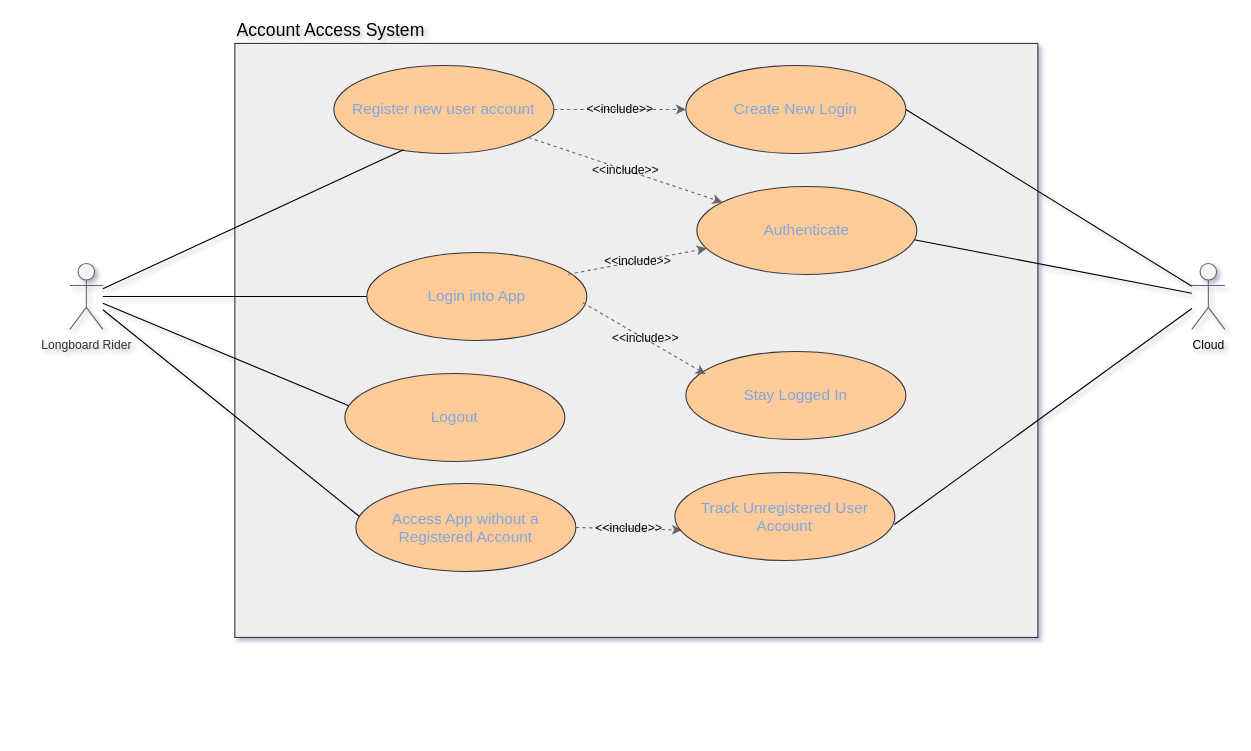
Earlier version of the draw.io diagram diagrams/Account Access Use Case Diagram.drawio (bobacktech/bionic-boarder). Source tidied: cells renumbered, new cells numbered last; positions are measured from the earlier drawing's top-left corner, leaving out a move shared by most shapes. Both pictures are drawn from the tidied source at 110%, with x=0, y=0 at pixel (69, 43).
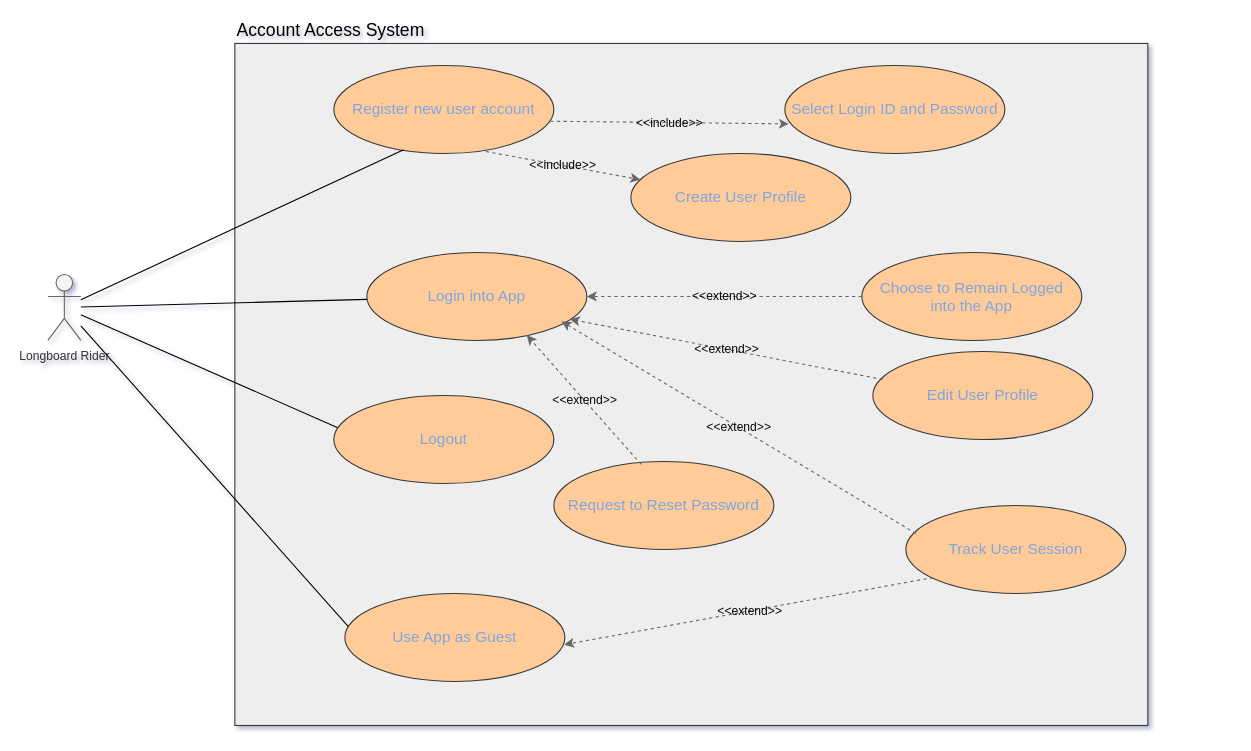
The same page after the edit.

Commit message:
BB-53: Reworked the account access use case diagram.

The change refers to these unchanged cells:
```xml
<mxCell id="8" value="&lt;font style=&quot;font-size: 14px;&quot;&gt;Register new user account&lt;/font&gt;" style="ellipse;whiteSpace=wrap;html=1;fillColor=#ffcc99;strokeColor=#36393d;fontColor=#7EA6E0;" parent="1" vertex="1">
  <mxGeometry x="240" y="20" width="200" height="80" as="geometry" />
</mxCell>
<mxCell id="13" value="&lt;font style=&quot;font-size: 14px;&quot;&gt;Login into App&lt;/font&gt;" style="ellipse;whiteSpace=wrap;html=1;fillColor=#ffcc99;strokeColor=#36393d;fontColor=#7EA6E0;" parent="1" vertex="1">
  <mxGeometry x="270" y="190" width="200" height="80" as="geometry" />
</mxCell>
```

What changed in the source:
```diff
@@
     <mxCell id="4" value="&lt;div&gt;&lt;font style=&quot;font-size: 11px;&quot;&gt;Longboard Rider&lt;/font&gt;&lt;/div&gt;" style="shape=umlActor;verticalLabelPosition=bottom;verticalAlign=top;html=1;outlineConnect=0;strokeColor=#666666;align=center;fontFamily=Helvetica;fontSize=12;fontColor=#333333;labelBackgroundColor=none;fillColor=#f5f5f5;horizontal=1;textShadow=0;" parent="1" vertex="1">
-      <mxGeometry y="200" width="30" height="60" as="geometry" />
+      <mxGeometry x="-20" y="210" width="30" height="60" as="geometry" />
     </mxCell>
     <mxCell id="5" value="&lt;font&gt;Account Access System&lt;/font&gt;" style="rounded=0;whiteSpace=wrap;html=1;labelPosition=center;verticalLabelPosition=top;align=left;verticalAlign=bottom;fillColor=#eeeeee;strokeColor=#36393d;fontSize=16;fontColor=#000000;" parent="1" vertex="1">
-      <mxGeometry x="150" width="730" height="540" as="geometry" />
+      <mxGeometry x="150" width="830" height="620" as="geometry" />
     </mxCell>
-    <mxCell id="6" style="rounded=0;jettySize=auto;html=1;strokeColor=#000000;endArrow=none;startFill=0;shadow=0;jumpStyle=none;exitX=0.982;exitY=0.602;exitDx=0;exitDy=0;exitPerimeter=0;" parent="1" edge="1" source="18" target="12">
-      <mxGeometry relative="1" as="geometry" />
-    </mxCell>
-    <mxCell id="7" style="rounded=0;jettySize=auto;html=1;strokeColor=#000000;endArrow=none;startFill=0;shadow=0;jumpStyle=none;exitX=1;exitY=0.5;exitDx=0;exitDy=0;" parent="1" edge="1" source="17" target="12">
-      <mxGeometry relative="1" as="geometry" />
-    </mxCell>
@@
-    <mxCell id="12" value="&lt;div&gt;&lt;font style=&quot;font-size: 11px;&quot;&gt;Cloud&lt;/font&gt;&lt;/div&gt;" style="shape=umlActor;verticalLabelPosition=bottom;verticalAlign=top;html=1;outlineConnect=0;strokeColor=#666666;align=center;fontFamily=Helvetica;fontSize=12;fontColor=#000000;labelBackgroundColor=none;fillColor=#f5f5f5;horizontal=1;textShadow=0;" parent="1" vertex="1">
-      <mxGeometry x="1020" y="200" width="30" height="60" as="geometry" />
-    </mxCell>
@@
     <mxCell id="14" value="&lt;font style=&quot;font-size: 14px;&quot;&gt;Logout&lt;/font&gt;" style="ellipse;whiteSpace=wrap;html=1;fillColor=#ffcc99;strokeColor=#36393d;fontColor=#7EA6E0;" parent="1" vertex="1">
-      <mxGeometry x="250" y="300" width="200" height="80" as="geometry" />
+      <mxGeometry x="240" y="320" width="200" height="80" as="geometry" />
     </mxCell>
-    <mxCell id="15" value="&lt;span style=&quot;font-size: 14px;&quot;&gt;Access App without a Registered Account&lt;/span&gt;" style="ellipse;whiteSpace=wrap;html=1;fillColor=#ffcc99;strokeColor=#36393d;fontColor=#7EA6E0;" parent="1" vertex="1">
-      <mxGeometry x="260" y="400" width="200" height="80" as="geometry" />
+    <mxCell id="15" value="&lt;span style=&quot;font-size: 14px;&quot;&gt;Use App as Guest&lt;/span&gt;" style="ellipse;whiteSpace=wrap;html=1;fillColor=#ffcc99;strokeColor=#36393d;fontColor=#7EA6E0;" parent="1" vertex="1">
+      <mxGeometry x="250" y="500" width="200" height="80" as="geometry" />
     </mxCell>
@@
-    <mxCell id="17" value="&lt;font style=&quot;font-size: 14px;&quot;&gt;Create New Login&lt;/font&gt;" style="ellipse;whiteSpace=wrap;html=1;fillColor=#ffcc99;strokeColor=#36393d;fontColor=#7EA6E0;" parent="1" vertex="1">
-      <mxGeometry x="560" y="20" width="200" height="80" as="geometry" />
-    </mxCell>
-    <mxCell id="18" value="&lt;font style=&quot;font-size: 14px;&quot;&gt;Authenticate&lt;/font&gt;" style="ellipse;whiteSpace=wrap;html=1;fillColor=#ffcc99;strokeColor=#36393d;fontColor=#7EA6E0;" parent="1" vertex="1">
-      <mxGeometry x="570" y="130" width="200" height="80" as="geometry" />
+    <mxCell id="18" value="&lt;span style=&quot;font-size: 14px;&quot;&gt;Select Login ID and Password&lt;/span&gt;" style="ellipse;whiteSpace=wrap;html=1;fillColor=#ffcc99;strokeColor=#36393d;fontColor=#7EA6E0;" parent="1" vertex="1">
+      <mxGeometry x="650" y="20" width="200" height="80" as="geometry" />
     </mxCell>
-    <mxCell id="19" value="&amp;lt;&amp;lt;include&amp;gt;&amp;gt;" style="endArrow=classic;html=1;rounded=0;fillColor=#f5f5f5;gradientColor=#b3b3b3;strokeColor=#666666;dashed=1;fontColor=#060606;align=center;labelBackgroundColor=none;exitX=1;exitY=0.5;exitDx=0;exitDy=0;entryX=0;entryY=0.5;entryDx=0;entryDy=0;" parent="1" edge="1" source="8" target="17">
-      <mxGeometry relative="1" as="geometry" />
-    </mxCell>
-    <mxCell id="20" value="&amp;lt;&amp;lt;include&amp;gt;&amp;gt;" style="endArrow=classic;html=1;rounded=0;fillColor=#f5f5f5;gradientColor=#b3b3b3;strokeColor=#666666;dashed=1;fontColor=#060606;align=center;labelBackgroundColor=none;exitX=1;exitY=0.5;exitDx=0;exitDy=0;entryX=0.032;entryY=0.654;entryDx=0;entryDy=0;entryPerimeter=0;" parent="1" edge="1" source="15" target="25">
-      <mxGeometry relative="1" as="geometry" />
-    </mxCell>
-    <mxCell id="21" value="&amp;lt;&amp;lt;include&amp;gt;&amp;gt;" style="endArrow=classic;html=1;rounded=0;fillColor=#f5f5f5;gradientColor=#b3b3b3;strokeColor=#666666;dashed=1;fontColor=#060606;align=center;labelBackgroundColor=none;exitX=0.915;exitY=0.248;exitDx=0;exitDy=0;exitPerimeter=0;" parent="1" edge="1" source="13" target="18">
-      <mxGeometry relative="1" as="geometry" />
-    </mxCell>
+    <mxCell id="23" value="&lt;font style=&quot;font-size: 14px;&quot;&gt;Choose to Remain Logged&lt;/font&gt;&lt;div&gt;&lt;font style=&quot;font-size: 14px;&quot;&gt;into the App&lt;/font&gt;&lt;/div&gt;" style="ellipse;whiteSpace=wrap;html=1;fillColor=#ffcc99;strokeColor=#36393d;fontColor=#7EA6E0;" parent="1" vertex="1">
+      <mxGeometry x="720" y="190" width="200" height="80" as="geometry" />
+    </mxCell>
+    <mxCell id="27" value="&amp;lt;&amp;lt;extend&amp;gt;&amp;gt;" style="endArrow=classic;html=1;rounded=0;fillColor=#f5f5f5;gradientColor=#b3b3b3;strokeColor=#666666;dashed=1;fontColor=#060606;align=center;labelBackgroundColor=none;entryX=1;entryY=0.5;entryDx=0;entryDy=0;" parent="1" edge="1" source="23" target="13">
+      <mxGeometry relative="1" as="geometry" />
+    </mxCell>
+    <mxCell id="28" value="&lt;font style=&quot;font-size: 14px;&quot;&gt;Request to Reset Password&lt;/font&gt;" style="ellipse;whiteSpace=wrap;html=1;fillColor=#ffcc99;strokeColor=#36393d;fontColor=#7EA6E0;" parent="1" vertex="1">
+      <mxGeometry x="440" y="380" width="200" height="80" as="geometry" />
+    </mxCell>
-    <mxCell id="22" value="&amp;lt;&amp;lt;include&amp;gt;&amp;gt;" style="endArrow=classic;html=1;rounded=0;fillColor=#f5f5f5;gradientColor=#b3b3b3;strokeColor=#666666;dashed=1;fontColor=#060606;align=center;labelBackgroundColor=none;" parent="1" edge="1" source="8" target="18">
+    <mxCell id="22" value="&amp;lt;&amp;lt;include&amp;gt;&amp;gt;" style="endArrow=classic;html=1;rounded=0;fillColor=#f5f5f5;gradientColor=#b3b3b3;strokeColor=#666666;dashed=1;fontColor=#060606;align=center;labelBackgroundColor=none;entryX=0.018;entryY=0.664;entryDx=0;entryDy=0;exitX=0.984;exitY=0.634;exitDx=0;exitDy=0;entryPerimeter=0;exitPerimeter=0;" parent="1" edge="1" source="8" target="18">
       <mxGeometry relative="1" as="geometry" />
     </mxCell>
-    <mxCell id="23" value="&lt;font style=&quot;font-size: 14px;&quot;&gt;Stay Logged In&lt;/font&gt;" style="ellipse;whiteSpace=wrap;html=1;fillColor=#ffcc99;strokeColor=#36393d;fontColor=#7EA6E0;" parent="1" vertex="1">
-      <mxGeometry x="560" y="280" width="200" height="80" as="geometry" />
-    </mxCell>
-    <mxCell id="24" value="&amp;lt;&amp;lt;include&amp;gt;&amp;gt;" style="endArrow=classic;html=1;rounded=0;fillColor=#f5f5f5;gradientColor=#b3b3b3;strokeColor=#666666;dashed=1;fontColor=#060606;align=center;labelBackgroundColor=none;entryX=0.09;entryY=0.258;entryDx=0;entryDy=0;entryPerimeter=0;exitX=0.982;exitY=0.571;exitDx=0;exitDy=0;exitPerimeter=0;" parent="1" edge="1" source="13" target="23">
-      <mxGeometry relative="1" as="geometry" />
-    </mxCell>
-    <mxCell id="25" value="&lt;font style=&quot;font-size: 14px;&quot;&gt;Track Unregistered User Account&lt;/font&gt;" style="ellipse;whiteSpace=wrap;html=1;fillColor=#ffcc99;strokeColor=#36393d;fontColor=#7EA6E0;" parent="1" vertex="1">
-      <mxGeometry x="550" y="390" width="200" height="80" as="geometry" />
-    </mxCell>
-    <mxCell id="26" style="rounded=0;jettySize=auto;html=1;strokeColor=#000000;endArrow=none;startFill=0;shadow=0;jumpStyle=none;exitX=0.998;exitY=0.592;exitDx=0;exitDy=0;exitPerimeter=0;" parent="1" edge="1" source="25" target="12">
-      <mxGeometry relative="1" as="geometry" />
-    </mxCell>
+    <mxCell id="29" value="&lt;span style=&quot;font-size: 14px;&quot;&gt;Create User Profile&lt;/span&gt;" style="ellipse;whiteSpace=wrap;html=1;fillColor=#ffcc99;strokeColor=#36393d;fontColor=#7EA6E0;" parent="1" vertex="1">
+      <mxGeometry x="510" y="100" width="200" height="80" as="geometry" />
+    </mxCell>
+    <mxCell id="30" value="&amp;lt;&amp;lt;include&amp;gt;&amp;gt;" style="endArrow=classic;html=1;rounded=0;fillColor=#f5f5f5;gradientColor=#b3b3b3;strokeColor=#666666;dashed=1;fontColor=#060606;align=center;labelBackgroundColor=none;exitX=0.691;exitY=0.978;exitDx=0;exitDy=0;exitPerimeter=0;" parent="1" edge="1" source="8" target="29">
+      <mxGeometry relative="1" as="geometry" />
+    </mxCell>
+    <mxCell id="31" value="&lt;span style=&quot;font-size: 14px;&quot;&gt;Edit User Profile&lt;/span&gt;" style="ellipse;whiteSpace=wrap;html=1;fillColor=#ffcc99;strokeColor=#36393d;fontColor=#7EA6E0;" parent="1" vertex="1">
+      <mxGeometry x="730" y="280" width="200" height="80" as="geometry" />
+    </mxCell>
+    <mxCell id="32" value="&amp;lt;&amp;lt;extend&amp;gt;&amp;gt;" style="endArrow=classic;html=1;rounded=0;fillColor=#f5f5f5;gradientColor=#b3b3b3;strokeColor=#666666;dashed=1;fontColor=#060606;align=center;labelBackgroundColor=none;entryX=0.923;entryY=0.759;entryDx=0;entryDy=0;entryPerimeter=0;exitX=0.046;exitY=0.319;exitDx=0;exitDy=0;exitPerimeter=0;" parent="1" edge="1" source="31" target="13">
+      <mxGeometry relative="1" as="geometry" />
+    </mxCell>
+    <mxCell id="33" value="&lt;span style=&quot;font-size: 14px;&quot;&gt;Track User Session&lt;/span&gt;" style="ellipse;whiteSpace=wrap;html=1;fillColor=#ffcc99;strokeColor=#36393d;fontColor=#7EA6E0;" parent="1" vertex="1">
+      <mxGeometry x="760" y="420" width="200" height="80" as="geometry" />
+    </mxCell>
+    <mxCell id="34" value="&amp;lt;&amp;lt;extend&amp;gt;&amp;gt;" style="endArrow=classic;html=1;rounded=0;fillColor=#f5f5f5;gradientColor=#b3b3b3;strokeColor=#666666;dashed=1;fontColor=#060606;align=center;labelBackgroundColor=none;entryX=0.885;entryY=0.784;entryDx=0;entryDy=0;entryPerimeter=0;exitX=0.046;exitY=0.319;exitDx=0;exitDy=0;exitPerimeter=0;" parent="1" edge="1" source="33" target="13">
+      <mxGeometry relative="1" as="geometry" />
+    </mxCell>
+    <mxCell id="35" value="&amp;lt;&amp;lt;extend&amp;gt;&amp;gt;" style="endArrow=classic;html=1;rounded=0;fillColor=#f5f5f5;gradientColor=#b3b3b3;strokeColor=#666666;dashed=1;fontColor=#060606;align=center;labelBackgroundColor=none;entryX=0.997;entryY=0.582;entryDx=0;entryDy=0;exitX=0.124;exitY=0.819;exitDx=0;exitDy=0;exitPerimeter=0;entryPerimeter=0;" parent="1" edge="1" source="33" target="15">
+      <mxGeometry relative="1" as="geometry" />
+    </mxCell>
+    <mxCell id="36" value="&amp;lt;&amp;lt;extend&amp;gt;&amp;gt;" style="endArrow=classic;html=1;rounded=0;fillColor=#f5f5f5;gradientColor=#b3b3b3;strokeColor=#666666;dashed=1;fontColor=#060606;align=center;labelBackgroundColor=none;entryX=0.727;entryY=0.94;entryDx=0;entryDy=0;exitX=0.397;exitY=0.034;exitDx=0;exitDy=0;exitPerimeter=0;entryPerimeter=0;" parent="1" edge="1" source="28" target="13">
+      <mxGeometry relative="1" as="geometry" />
+    </mxCell>
```
